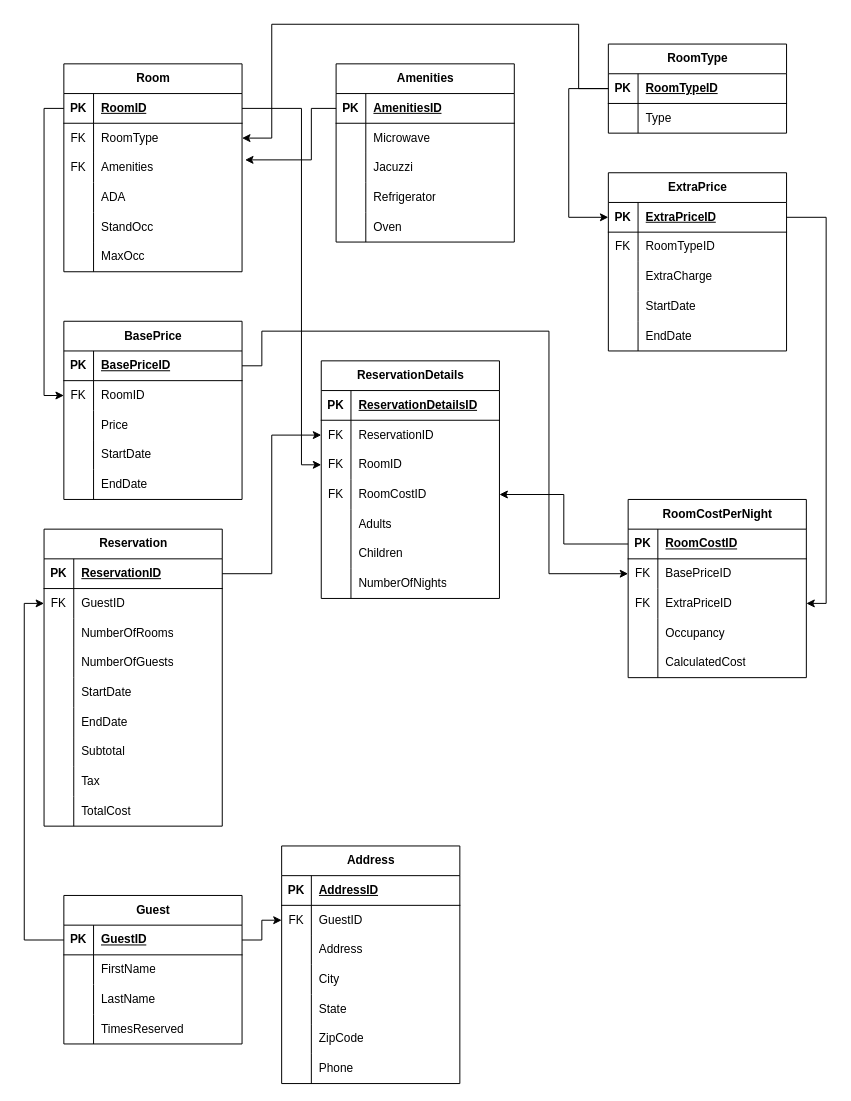
Before: ERDs/ERD.drawio in GabyRom/Prod_Supp_SQL, a draw.io diagram. Source tidied: cells renumbered, new cells numbered last; positions are measured from the earlier drawing's top-left corner, leaving out a move shared by most shapes. Both pictures are drawn from the tidied source at 99%, with x=0, y=0 at pixel (44, 24).
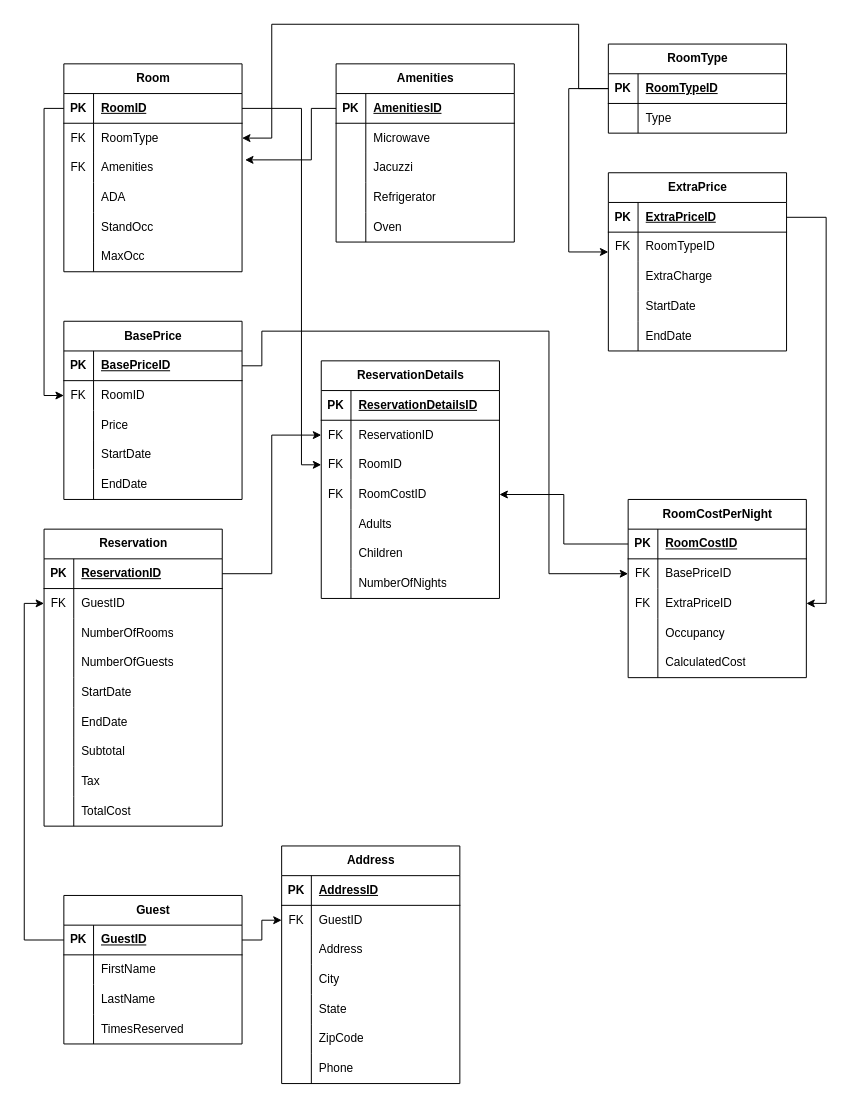
Above is the later version.

The change refers to these unchanged cells:
```xml
<mxCell id="54" style="shape=tableRow;horizontal=0;startSize=0;swimlaneHead=0;swimlaneBody=0;fillColor=none;points=[[0,0.5],[1,0.5]];portConstraint=eastwest;top=0;left=0;right=0;bottom=1;" parent="53" vertex="1">
  <mxGeometry y="30" width="180" height="30" as="geometry" />
</mxCell>
<mxCell id="61" style="shape=tableRow;horizontal=0;startSize=0;swimlaneHead=0;swimlaneBody=0;fillColor=none;points=[[0,0.5],[1,0.5]];portConstraint=eastwest;top=0;left=0;right=0;bottom=1;" parent="60" vertex="1">
  <mxGeometry y="30" width="180" height="30" as="geometry" />
</mxCell>
<mxCell id="64" style="shape=tableRow;horizontal=0;startSize=0;swimlaneHead=0;swimlaneBody=0;fillColor=none;points=[[0,0.5],[1,0.5]];portConstraint=eastwest;top=0;left=0;right=0;bottom=0;" parent="60" vertex="1">
  <mxGeometry y="60" width="180" height="30" as="geometry" />
</mxCell>
```

Change to the diagram source:
```diff
@@
-    <mxCell id="79" style="edgeStyle=orthogonalEdgeStyle;rounded=0;jettySize=auto;html=1;entryX=0;entryY=0.5;entryDx=0;entryDy=0;" parent="1" edge="1" source="54" target="61">
+    <mxCell id="79" style="edgeStyle=orthogonalEdgeStyle;rounded=0;jettySize=auto;html=1;" parent="1" edge="1" source="54" target="64">
       <mxGeometry relative="1" as="geometry">
         <Array as="points">
           <mxPoint x="530" y="65" />
-          <mxPoint x="530" y="195" />
+          <mxPoint x="530" y="230" />
         </Array>
       </mxGeometry>
     </mxCell>
```
